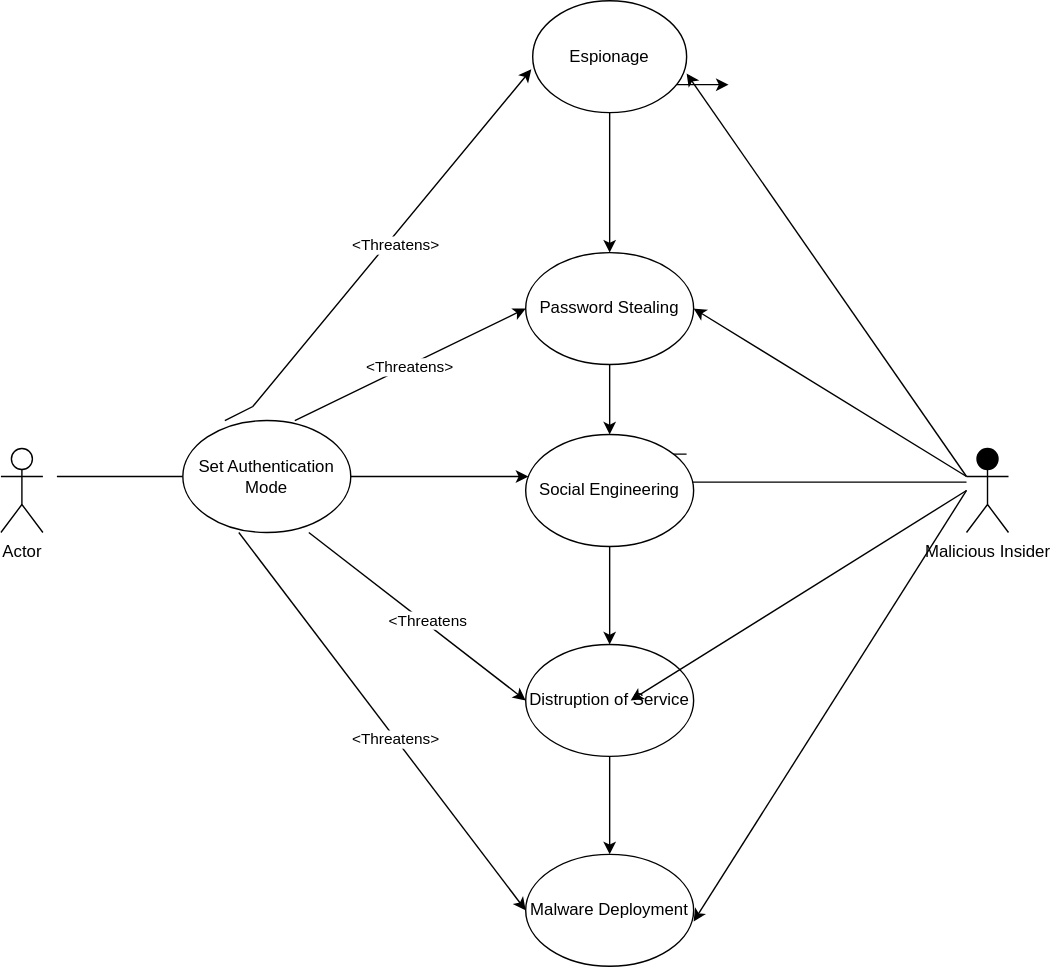
The draw.io diagram images/ADD - Misuse Case.svg in bartelsjoshuac/SAPG, before a commit. Source tidied: cells renumbered, new cells last; positions are measured from the earlier drawing's top-left corner, leaving out a move shared by most shapes.
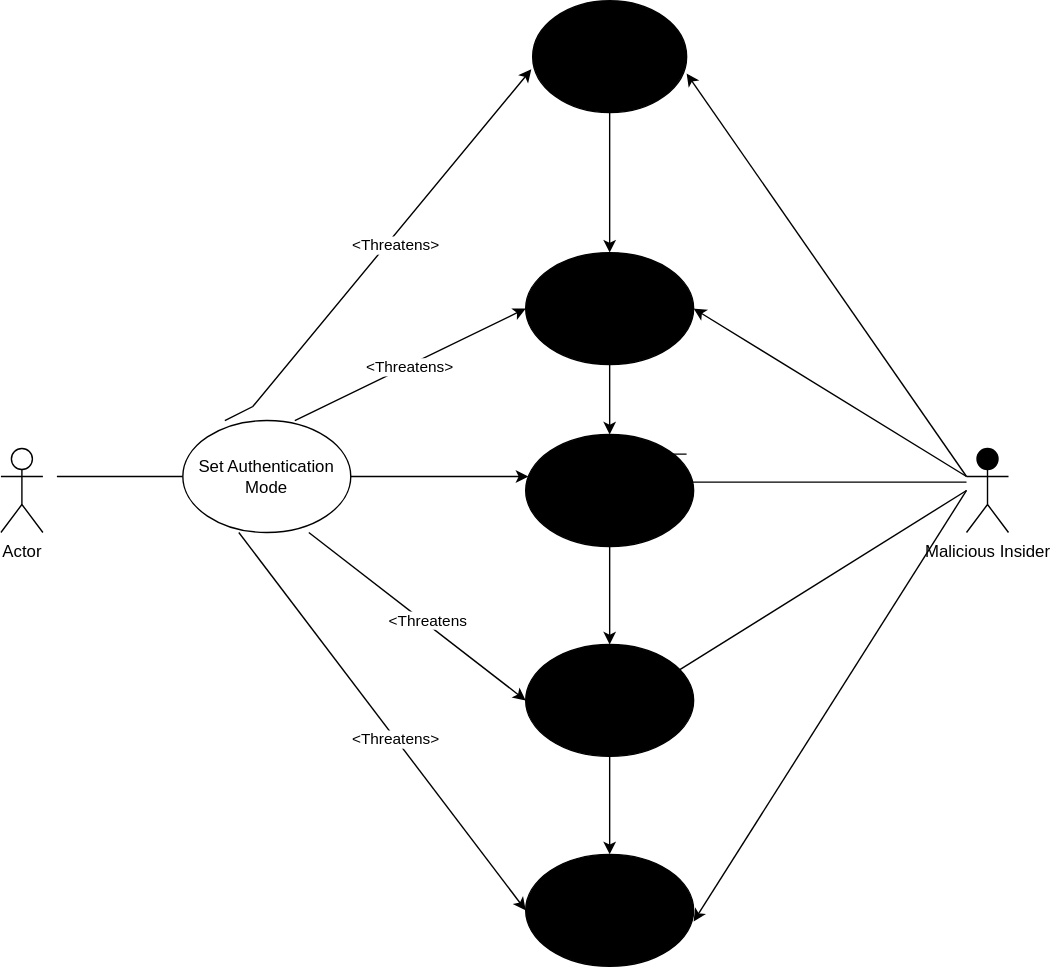
After the commit.

Change to the diagram source:
```diff
@@ -2,12 +2,6 @@
   <root>
     <mxCell id="0" />
     <mxCell id="1" parent="0" />
-    <mxCell id="2" style="edgeStyle=orthogonalEdgeStyle;rounded=0;orthogonalLoop=1;jettySize=auto;html=1;" parent="1" edge="1">
-      <mxGeometry relative="1" as="geometry">
-        <mxPoint x="440" y="60" as="sourcePoint" />
-        <mxPoint x="520" y="60" as="targetPoint" />
-      </mxGeometry>
-    </mxCell>
     <mxCell id="3" value="Actor" style="shape=umlActor;verticalLabelPosition=bottom;verticalAlign=top;html=1;fillColor=#FFFFFF;" parent="1" vertex="1">
       <mxGeometry y="320" width="30" height="60" as="geometry" />
     </mxCell>
@@ -31,13 +25,13 @@
     <mxCell id="7" style="edgeStyle=orthogonalEdgeStyle;rounded=0;jettySize=auto;html=1;" parent="1" edge="1" source="8" target="17">
       <mxGeometry relative="1" as="geometry" />
     </mxCell>
-    <mxCell id="8" value="Distruption of Service" style="ellipse;whiteSpace=wrap;html=1;fillColor=#FFFFFF;" parent="1" vertex="1">
+    <mxCell id="8" value="Distruption of Service" style="ellipse;whiteSpace=wrap;html=1;fillColor=#000000;" parent="1" vertex="1">
       <mxGeometry x="375" y="460" width="120" height="80" as="geometry" />
     </mxCell>
     <mxCell id="9" style="edgeStyle=orthogonalEdgeStyle;rounded=0;jettySize=auto;html=1;" parent="1" edge="1" source="10" target="14">
       <mxGeometry relative="1" as="geometry" />
     </mxCell>
-    <mxCell id="10" value="Espionage" style="ellipse;whiteSpace=wrap;html=1;" parent="1" vertex="1">
+    <mxCell id="10" value="Espionage" style="ellipse;whiteSpace=wrap;html=1;fillColor=#000000;" parent="1" vertex="1">
       <mxGeometry x="380" width="110" height="80" as="geometry" />
     </mxCell>
     <mxCell id="11" style="edgeStyle=orthogonalEdgeStyle;rounded=0;jettySize=auto;html=1;entryX=0.958;entryY=0.175;entryDx=0;entryDy=0;endArrow=none;endFill=0;entryPerimeter=0;" parent="1" edge="1" source="12" target="16">
@@ -53,16 +47,16 @@
     <mxCell id="13" style="edgeStyle=orthogonalEdgeStyle;rounded=0;jettySize=auto;html=1;" parent="1" edge="1" source="14" target="16">
       <mxGeometry relative="1" as="geometry" />
     </mxCell>
-    <mxCell id="14" value="Password Stealing" style="ellipse;whiteSpace=wrap;html=1;" parent="1" vertex="1">
+    <mxCell id="14" value="Password Stealing" style="ellipse;whiteSpace=wrap;html=1;strokeColor=#000000;fillColor=#000000;" parent="1" vertex="1">
       <mxGeometry x="375" y="180" width="120" height="80" as="geometry" />
     </mxCell>
     <mxCell id="15" style="edgeStyle=orthogonalEdgeStyle;rounded=0;jettySize=auto;html=1;" parent="1" edge="1" source="16" target="8">
       <mxGeometry relative="1" as="geometry" />
     </mxCell>
-    <mxCell id="16" value="Social Engineering" style="ellipse;whiteSpace=wrap;html=1;" parent="1" vertex="1">
+    <mxCell id="16" value="Social Engineering" style="ellipse;whiteSpace=wrap;html=1;strokeColor=#000000;fillColor=#000000;" parent="1" vertex="1">
       <mxGeometry x="375" y="310" width="120" height="80" as="geometry" />
     </mxCell>
-    <mxCell id="17" value="Malware Deployment" style="ellipse;whiteSpace=wrap;html=1;fillColor=#FFFFFF;" parent="1" vertex="1">
+    <mxCell id="17" value="Malware Deployment" style="ellipse;whiteSpace=wrap;html=1;fillColor=#000000;" parent="1" vertex="1">
       <mxGeometry x="375" y="610" width="120" height="80" as="geometry" />
     </mxCell>
     <mxCell id="18" style="endArrow=classic;html=1;rounded=0;entryX=0;entryY=0.5;entryDx=0;entryDy=0;" parent="1" edge="1" target="14">
```
